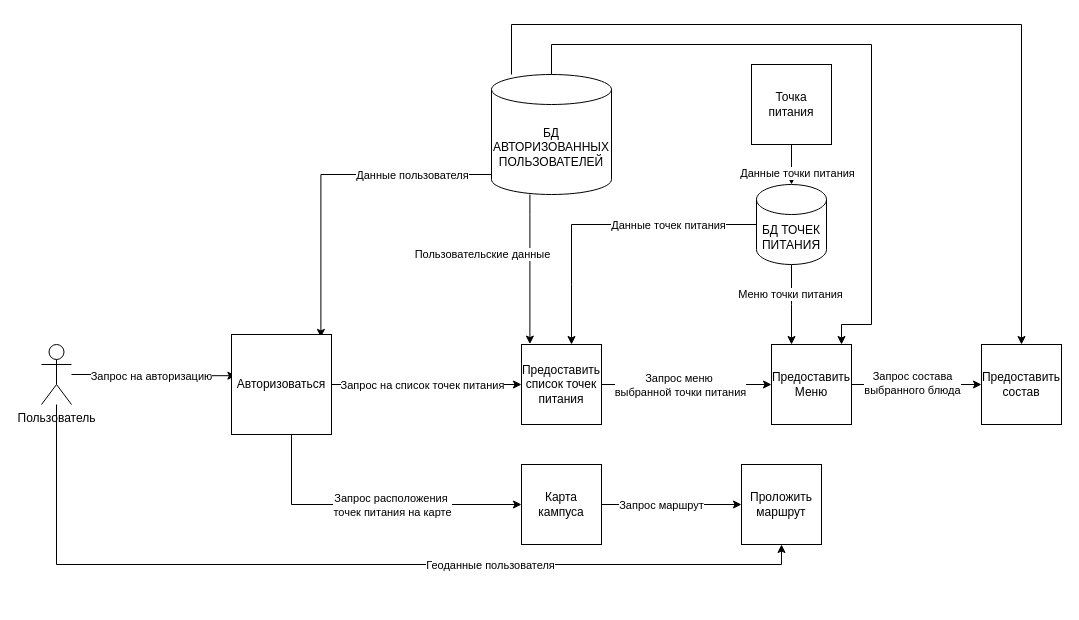
Earlier version of the draw.io diagram Diagramm/Диаграмма_потоковых_данных_27.01.20026.drawio (Calibri75/PIT). Source tidied: cells renumbered, new cells numbered last; positions are measured from the earlier drawing's top-left corner, leaving out a move shared by most shapes. Both pictures are drawn from the tidied source at 100%, with x=0, y=0 at pixel (41, 24).
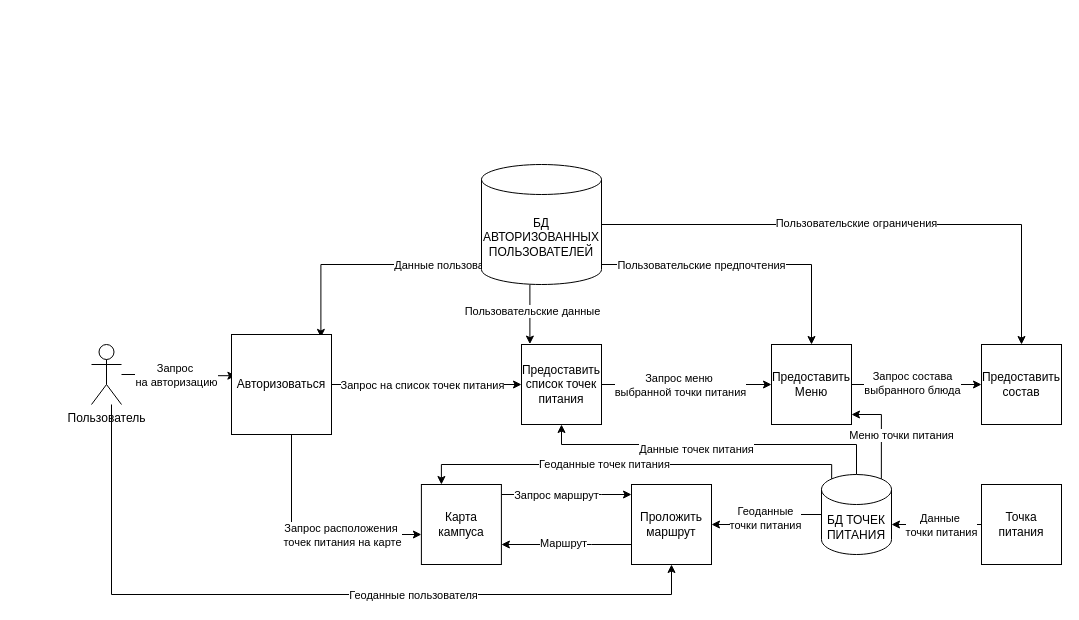
The same page after the edit.

The change refers to these unchanged cells:
```xml
<mxCell id="2" style="edgeStyle=orthogonalEdgeStyle;rounded=0;jettySize=auto;html=1;entryX=0.044;entryY=0.412;entryDx=0;entryDy=0;entryPerimeter=0;" parent="1" edge="1" source="4" target="34">
  <mxGeometry relative="1" as="geometry" />
</mxCell>
<mxCell id="21" value="Предоставить список точек питания" style="whiteSpace=wrap;html=1;" parent="1" vertex="1">
  <mxGeometry x="480" y="320" width="80" height="80" as="geometry" />
</mxCell>
<mxCell id="22" value="Предоставить состав" style="whiteSpace=wrap;html=1;" parent="1" vertex="1">
  <mxGeometry x="940" y="320" width="80" height="80" as="geometry" />
</mxCell>
<mxCell id="25" value="Предоставить Меню" style="whiteSpace=wrap;html=1;" parent="1" vertex="1">
  <mxGeometry x="730" y="320" width="80" height="80" as="geometry" />
</mxCell>
<mxCell id="34" value="Авторизоваться" style="whiteSpace=wrap;html=1;" parent="1" vertex="1">
  <mxGeometry x="190" y="310" width="100" height="100" as="geometry" />
</mxCell>
<mxCell id="35" style="edgeStyle=orthogonalEdgeStyle;rounded=0;jettySize=auto;html=1;entryX=0.105;entryY=-0.005;entryDx=0;entryDy=0;entryPerimeter=0;" parent="1" edge="1" source="13" target="21">
  <mxGeometry relative="1" as="geometry">
    <Array as="points">
      <mxPoint x="488" y="190" />
    </Array>
  </mxGeometry>
</mxCell>
```

Change to the diagram source:
```diff
@@
-    <mxCell id="3" value="Запрос на авторизацию" style="edgeLabel;html=1;align=center;verticalAlign=middle;" parent="2" vertex="1">
+    <mxCell id="3" value="Запрос&amp;nbsp;&lt;div&gt;на авторизацию&lt;/div&gt;" style="edgeLabel;html=1;align=center;verticalAlign=middle;" parent="2" vertex="1">
       <mxGeometry x="-0.04" y="-1" relative="1" as="geometry" />
     </mxCell>
     <mxCell id="4" value="Пользователь" style="shape=umlActor;verticalLabelPosition=bottom;verticalAlign=top;html=1;outlineConnect=0;" parent="1" vertex="1">
-      <mxGeometry y="320" width="30" height="60" as="geometry" />
+      <mxGeometry x="50" y="320" width="30" height="60" as="geometry" />
     </mxCell>
     <mxCell id="5" style="edgeStyle=orthogonalEdgeStyle;rounded=0;jettySize=auto;html=1;" parent="1" edge="1" source="7" target="18">
       <mxGeometry relative="1" as="geometry">
         <Array as="points">
-          <mxPoint x="745" y="120" />
-          <mxPoint x="745" y="120" />
+          <mxPoint x="830" y="500" />
+          <mxPoint x="830" y="500" />
         </Array>
       </mxGeometry>
     </mxCell>
-    <mxCell id="6" value="Данные точки питания" style="edgeLabel;html=1;align=center;verticalAlign=middle;" parent="5" vertex="1">
+    <mxCell id="6" value="Данные&amp;nbsp;&lt;div&gt;точки питания&lt;/div&gt;" style="edgeLabel;html=1;align=center;verticalAlign=middle;" parent="5" vertex="1">
       <mxGeometry x="-0.41" y="-2" relative="1" as="geometry">
-        <mxPoint x="7" y="16" as="offset" />
+        <mxPoint x="-14" y="2" as="offset" />
       </mxGeometry>
     </mxCell>
     <mxCell id="7" value="Точка питания" style="whiteSpace=wrap;html=1;" parent="1" vertex="1">
-      <mxGeometry x="710" y="40" width="80" height="80" as="geometry" />
+      <mxGeometry x="940" y="460" width="80" height="80" as="geometry" />
     </mxCell>
     <mxCell id="8" style="edgeStyle=orthogonalEdgeStyle;rounded=0;jettySize=auto;html=1;entryX=0.894;entryY=0.029;entryDx=0;entryDy=0;entryPerimeter=0;" parent="1" edge="1" source="13" target="34">
       <mxGeometry relative="1" as="geometry">
         <Array as="points">
-          <mxPoint x="279" y="150" />
+          <mxPoint x="279" y="240" />
         </Array>
       </mxGeometry>
     </mxCell>
@@
-    <mxCell id="10" style="edgeStyle=orthogonalEdgeStyle;rounded=0;jettySize=auto;html=1;" parent="1" edge="1" source="13" target="22">
-      <mxGeometry relative="1" as="geometry">
-        <Array as="points">
-          <mxPoint x="470" />
-          <mxPoint x="980" />
-        </Array>
-      </mxGeometry>
-    </mxCell>
     <mxCell id="11" style="edgeStyle=orthogonalEdgeStyle;rounded=0;jettySize=auto;html=1;entryX=0.5;entryY=1;entryDx=0;entryDy=0;" parent="1" edge="1" source="4" target="26">
       <mxGeometry relative="1" as="geometry">
         <Array as="points">
-          <mxPoint x="15" y="540" />
-          <mxPoint x="740" y="540" />
+          <mxPoint x="70" y="570" />
+          <mxPoint x="630" y="570" />
         </Array>
       </mxGeometry>
     </mxCell>
@@
+    <mxCell id="38" style="edgeStyle=orthogonalEdgeStyle;rounded=0;jettySize=auto;html=1;entryX=0.5;entryY=0;entryDx=0;entryDy=0;" parent="1" edge="1" source="13" target="25">
+      <mxGeometry relative="1" as="geometry">
+        <Array as="points">
+          <mxPoint x="770" y="240" />
+        </Array>
+      </mxGeometry>
+    </mxCell>
+    <mxCell id="39" value="Пользовательские предпочтения" style="edgeLabel;html=1;align=center;verticalAlign=middle;" parent="38" vertex="1">
+      <mxGeometry x="-0.6" y="2" relative="1" as="geometry">
+        <mxPoint x="41" y="2" as="offset" />
+      </mxGeometry>
+    </mxCell>
+    <mxCell id="10" style="edgeStyle=orthogonalEdgeStyle;rounded=0;jettySize=auto;html=1;entryX=0.5;entryY=0;entryDx=0;entryDy=0;" parent="1" edge="1" source="13" target="22">
+      <mxGeometry relative="1" as="geometry" />
+    </mxCell>
+    <mxCell id="40" value="Пользовательские ограничения" style="edgeLabel;html=1;align=center;verticalAlign=middle;" parent="10" vertex="1">
+      <mxGeometry x="-0.06" y="2" relative="1" as="geometry" />
+    </mxCell>
     <mxCell id="13" value="БД АВТОРИЗОВАННЫХ ПОЛЬЗОВАТЕЛЕЙ" style="shape=cylinder3;whiteSpace=wrap;html=1;boundedLbl=1;backgroundOutline=1;size=15;" parent="1" vertex="1">
-      <mxGeometry x="450" y="50" width="120" height="120" as="geometry" />
+      <mxGeometry x="440" y="140" width="120" height="120" as="geometry" />
     </mxCell>
+    <mxCell id="41" style="edgeStyle=orthogonalEdgeStyle;rounded=0;jettySize=auto;html=1;entryX=0.25;entryY=0;entryDx=0;entryDy=0;exitX=0.145;exitY=0;exitDx=0;exitDy=4.35;exitPerimeter=0;" parent="1" edge="1" source="18" target="29">
+      <mxGeometry relative="1" as="geometry">
+        <Array as="points">
+          <mxPoint x="790" y="440" />
+          <mxPoint x="400" y="440" />
+        </Array>
+      </mxGeometry>
+    </mxCell>
+    <mxCell id="42" value="Геоданные точек питания" style="edgeLabel;html=1;align=center;verticalAlign=middle;" parent="41" vertex="1">
+      <mxGeometry x="0.14" y="-1" relative="1" as="geometry" />
+    </mxCell>
-    <mxCell id="14" style="edgeStyle=orthogonalEdgeStyle;rounded=0;jettySize=auto;html=1;" parent="1" edge="1" source="18" target="21">
+    <mxCell id="14" style="edgeStyle=orthogonalEdgeStyle;rounded=0;jettySize=auto;html=1;exitX=0.5;exitY=0;exitDx=0;exitDy=0;exitPerimeter=0;" parent="1" edge="1" source="18" target="21">
       <mxGeometry relative="1" as="geometry">
         <Array as="points">
-          <mxPoint x="530" y="260" />
-          <mxPoint x="530" y="260" />
+          <mxPoint x="815" y="420" />
+          <mxPoint x="520" y="420" />
         </Array>
       </mxGeometry>
     </mxCell>
     <mxCell id="15" value="Данные точек питания" style="edgeLabel;html=1;align=center;verticalAlign=middle;" parent="14" vertex="1">
-      <mxGeometry x="0.16" relative="1" as="geometry">
-        <mxPoint x="88" as="offset" />
-      </mxGeometry>
+      <mxGeometry x="0.11" y="4" relative="1" as="geometry" />
     </mxCell>
-    <mxCell id="16" style="edgeStyle=orthogonalEdgeStyle;rounded=0;jettySize=auto;html=1;" parent="1" edge="1" source="18" target="25">
+    <mxCell id="16" style="edgeStyle=orthogonalEdgeStyle;rounded=0;jettySize=auto;html=1;exitX=0.855;exitY=0;exitDx=0;exitDy=4.35;exitPerimeter=0;" parent="1" edge="1" source="18" target="25">
       <mxGeometry relative="1" as="geometry">
         <Array as="points">
-          <mxPoint x="750" y="280" />
-          <mxPoint x="750" y="280" />
+          <mxPoint x="840" y="390" />
         </Array>
       </mxGeometry>
     </mxCell>
     <mxCell id="17" value="Меню точки питания" style="edgeLabel;html=1;align=center;verticalAlign=middle;" parent="16" vertex="1">
-      <mxGeometry x="-0.28" y="-2" relative="1" as="geometry" />
+      <mxGeometry x="0.04" relative="1" as="geometry">
+        <mxPoint x="20" y="5" as="offset" />
+      </mxGeometry>
     </mxCell>
+    <mxCell id="43" style="edgeStyle=orthogonalEdgeStyle;rounded=0;jettySize=auto;html=1;" parent="1" edge="1" source="18" target="26">
+      <mxGeometry relative="1" as="geometry" />
+    </mxCell>
+    <mxCell id="44" value="Геоданные&lt;div&gt;точки питания&lt;/div&gt;" style="edgeLabel;html=1;align=center;verticalAlign=middle;" parent="43" vertex="1">
+      <mxGeometry x="-0.03" y="-2" relative="1" as="geometry" />
+    </mxCell>
     <mxCell id="18" value="БД ТОЧЕК ПИТАНИЯ" style="shape=cylinder3;whiteSpace=wrap;html=1;boundedLbl=1;backgroundOutline=1;size=15;" parent="1" vertex="1">
-      <mxGeometry x="715" y="160" width="70" height="80" as="geometry" />
+      <mxGeometry x="780" y="450" width="70" height="80" as="geometry" />
     </mxCell>
@@
+    <mxCell id="45" style="edgeStyle=orthogonalEdgeStyle;rounded=0;jettySize=auto;html=1;entryX=1;entryY=0.75;entryDx=0;entryDy=0;" parent="1" edge="1" source="26" target="29">
+      <mxGeometry relative="1" as="geometry">
+        <Array as="points">
+          <mxPoint x="550" y="520" />
+          <mxPoint x="550" y="520" />
+        </Array>
+      </mxGeometry>
+    </mxCell>
+    <mxCell id="46" value="Маршрут" style="edgeLabel;html=1;align=center;verticalAlign=middle;" parent="45" vertex="1">
+      <mxGeometry x="0.06" y="-2" relative="1" as="geometry" />
+    </mxCell>
     <mxCell id="26" value="Проложить маршрут" style="whiteSpace=wrap;html=1;" parent="1" vertex="1">
-      <mxGeometry x="700" y="440" width="80" height="80" as="geometry" />
+      <mxGeometry x="590" y="460" width="80" height="80" as="geometry" />
     </mxCell>
     <mxCell id="27" style="edgeStyle=orthogonalEdgeStyle;rounded=0;jettySize=auto;html=1;" parent="1" edge="1" source="29" target="26">
-      <mxGeometry relative="1" as="geometry" />
+      <mxGeometry relative="1" as="geometry">
+        <Array as="points">
+          <mxPoint x="560" y="470" />
+          <mxPoint x="560" y="470" />
+        </Array>
+      </mxGeometry>
     </mxCell>
@@
     <mxCell id="29" value="Карта кампуса" style="whiteSpace=wrap;html=1;" parent="1" vertex="1">
-      <mxGeometry x="480" y="440" width="80" height="80" as="geometry" />
+      <mxGeometry x="379.9" y="460" width="80" height="80" as="geometry" />
     </mxCell>
@@
     <mxCell id="32" style="edgeStyle=orthogonalEdgeStyle;rounded=0;jettySize=auto;html=1;" parent="1" edge="1" source="34" target="29">
       <mxGeometry relative="1" as="geometry">
         <Array as="points">
-          <mxPoint x="250" y="480" />
+          <mxPoint x="250" y="510" />
         </Array>
       </mxGeometry>
     </mxCell>
     <mxCell id="33" value="Запрос расположения&amp;nbsp;&lt;div&gt;точек питания на карте&lt;/div&gt;" style="edgeLabel;html=1;align=center;verticalAlign=middle;" parent="32" vertex="1">
       <mxGeometry x="0.29" y="1" relative="1" as="geometry">
-        <mxPoint x="-24" y="1" as="offset" />
+        <mxPoint x="2" y="1" as="offset" />
       </mxGeometry>
     </mxCell>
@@
     <mxCell id="36" value="Пользовательские данные" style="edgeLabel;html=1;align=center;verticalAlign=middle;" parent="35" vertex="1">
       <mxGeometry x="0.57" relative="1" as="geometry">
-        <mxPoint x="-48" y="-58" as="offset" />
+        <mxPoint x="2" y="-21" as="offset" />
       </mxGeometry>
     </mxCell>
-    <mxCell id="37" style="edgeStyle=orthogonalEdgeStyle;rounded=0;jettySize=auto;html=1;" parent="1" edge="1" source="13">
-      <mxGeometry relative="1" as="geometry">
-        <mxPoint x="800" y="320" as="targetPoint" />
-        <Array as="points">
-          <mxPoint x="510" y="20" />
-          <mxPoint x="830" y="20" />
-          <mxPoint x="830" y="300" />
-          <mxPoint x="800" y="300" />
-        </Array>
-      </mxGeometry>
-    </mxCell>
```
